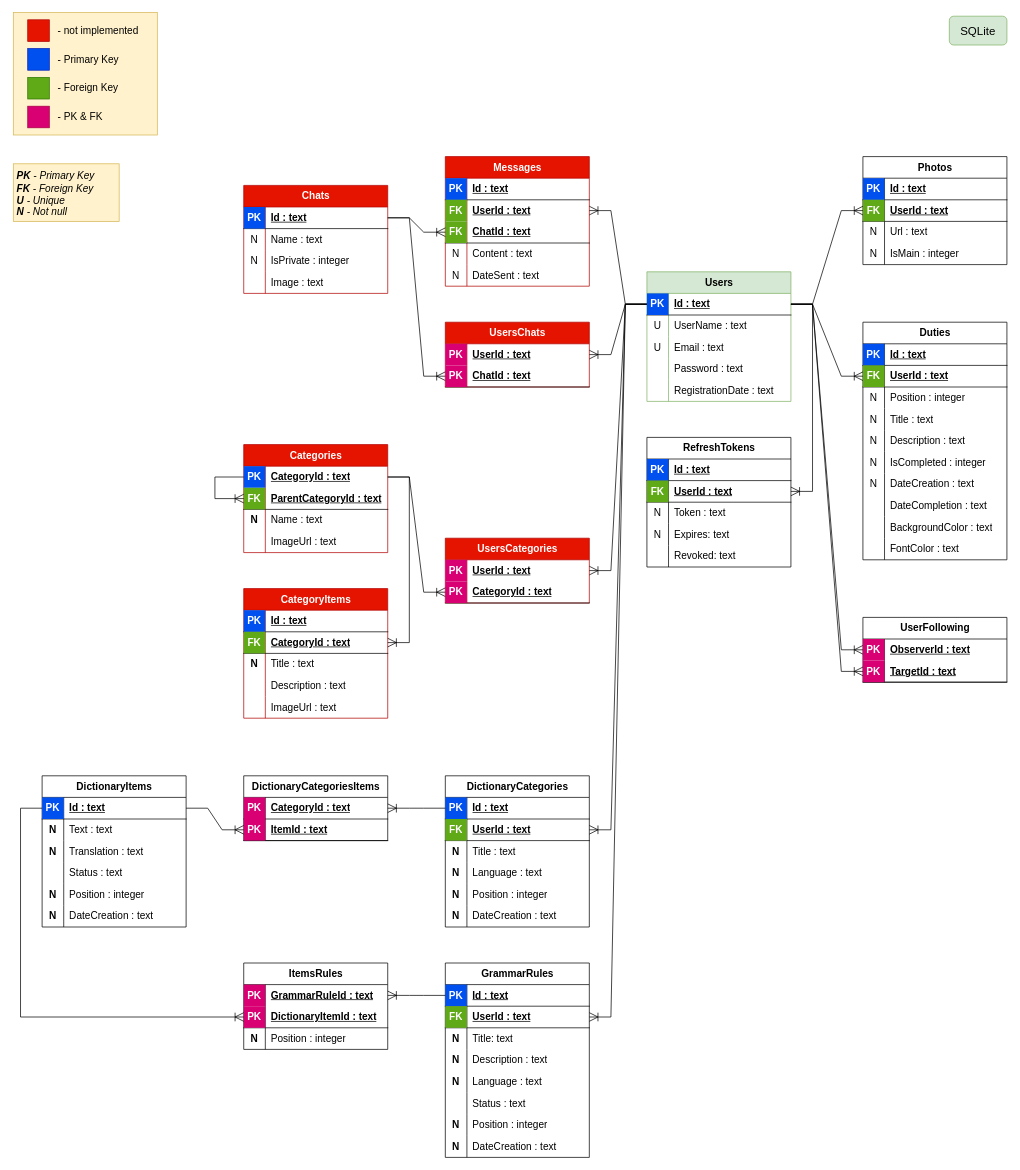
Earlier version of the draw.io diagram db-schema/db-scheme-sqlite.drawio (OleksandrTsvik/MyMultiProject). Source tidied: cells renumbered, new cells numbered last; positions are measured from the earlier drawing's top-left corner, leaving out a move shared by most shapes. Both pictures are drawn from the tidied source at 72%, with x=0, y=0 at pixel (13, 12).
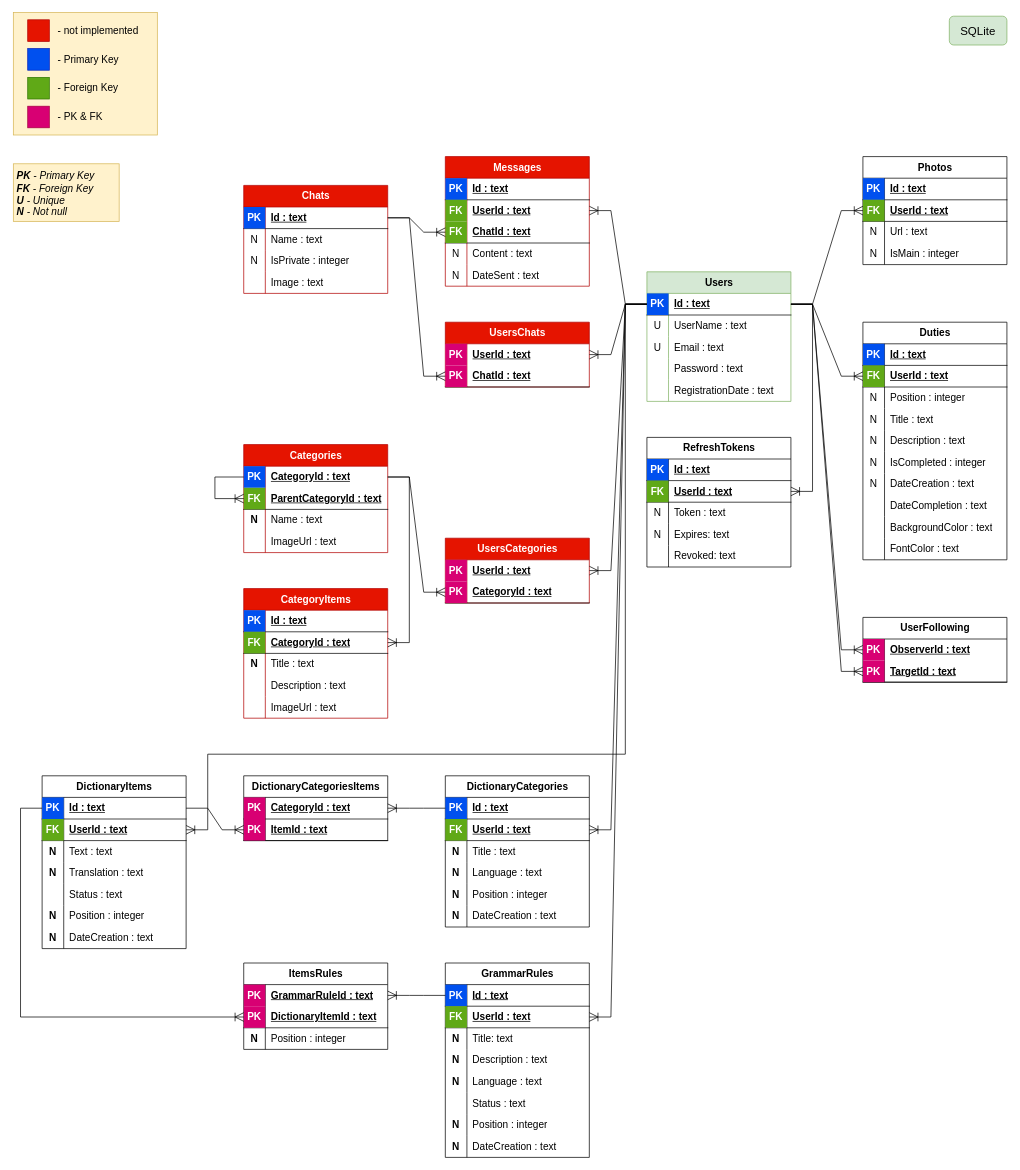
After the change.

The change refers to these unchanged cells:
```xml
<mxCell id="4" style="shape=tableRow;horizontal=0;startSize=0;swimlaneHead=0;swimlaneBody=0;fillColor=none;points=[[0,0.5],[1,0.5]];portConstraint=eastwest;top=0;left=0;right=0;bottom=1;fontSize=14;" parent="3" vertex="1">
  <mxGeometry y="30" width="200" height="30" as="geometry" />
</mxCell>
```

What changed in the source:
```diff
@@
     <mxCell id="194" value="DictionaryItems" style="shape=table;startSize=30;childLayout=tableLayout;rowLines=0;fontStyle=1;align=center;html=1;fontSize=14;" parent="1" vertex="1">
-      <mxGeometry x="40" y="1060" width="200" height="210" as="geometry" />
+      <mxGeometry x="40" y="1060" width="200" height="240" as="geometry" />
     </mxCell>
@@
+    <mxCell id="267" style="shape=tableRow;horizontal=0;startSize=0;swimlaneHead=0;swimlaneBody=0;fillColor=none;points=[[0,0.5],[1,0.5]];portConstraint=eastwest;top=0;left=0;right=0;bottom=1;fontSize=14;" parent="194" vertex="1">
+      <mxGeometry y="60" width="200" height="30" as="geometry" />
+    </mxCell>
+    <mxCell id="268" value="FK" style="shape=partialRectangle;fillColor=#60a917;top=0;left=0;bottom=0;right=0;fontStyle=1;overflow=hidden;whiteSpace=wrap;html=1;fontSize=14;fontColor=#ffffff;strokeColor=#2D7600;" parent="267" vertex="1">
+      <mxGeometry width="30" height="30" as="geometry" />
+    </mxCell>
+    <mxCell id="269" value="UserId : text" style="shape=partialRectangle;fillColor=none;top=0;left=0;bottom=0;right=0;align=left;spacingLeft=6;fontStyle=5;overflow=hidden;whiteSpace=wrap;html=1;fontSize=14;" parent="267" vertex="1">
+      <mxGeometry x="30" width="170" height="30" as="geometry" />
+    </mxCell>
     <mxCell id="198" style="shape=tableRow;horizontal=0;startSize=0;swimlaneHead=0;swimlaneBody=0;fillColor=none;top=0;left=0;right=0;bottom=0;fontSize=14;" parent="194" vertex="1">
-      <mxGeometry y="60" width="200" height="30" as="geometry" />
+      <mxGeometry y="90" width="200" height="30" as="geometry" />
     </mxCell>
@@
     <mxCell id="201" style="shape=tableRow;horizontal=0;startSize=0;swimlaneHead=0;swimlaneBody=0;fillColor=none;top=0;left=0;right=0;bottom=0;fontSize=14;" parent="194" vertex="1">
-      <mxGeometry y="90" width="200" height="30" as="geometry" />
+      <mxGeometry y="120" width="200" height="30" as="geometry" />
     </mxCell>
@@
     <mxCell id="204" style="shape=tableRow;horizontal=0;startSize=0;swimlaneHead=0;swimlaneBody=0;fillColor=none;top=0;left=0;right=0;bottom=0;fontSize=14;" parent="194" vertex="1">
-      <mxGeometry y="120" width="200" height="30" as="geometry" />
+      <mxGeometry y="150" width="200" height="30" as="geometry" />
     </mxCell>
@@
     <mxCell id="207" style="shape=tableRow;horizontal=0;startSize=0;swimlaneHead=0;swimlaneBody=0;fillColor=none;top=0;left=0;right=0;bottom=0;fontSize=14;" parent="194" vertex="1">
-      <mxGeometry y="150" width="200" height="30" as="geometry" />
+      <mxGeometry y="180" width="200" height="30" as="geometry" />
     </mxCell>
@@
     <mxCell id="210" style="shape=tableRow;horizontal=0;startSize=0;swimlaneHead=0;swimlaneBody=0;fillColor=none;top=0;left=0;right=0;bottom=0;fontSize=14;" parent="194" vertex="1">
-      <mxGeometry y="180" width="200" height="30" as="geometry" />
+      <mxGeometry y="210" width="200" height="30" as="geometry" />
     </mxCell>
@@
+    <mxCell id="270" style="edgeStyle=orthogonalEdgeStyle;fontSize=12;html=1;endArrow=ERoneToMany;rounded=0;endSize=10;startSize=10;entryX=1;entryY=0.5;entryDx=0;entryDy=0;exitX=0;exitY=0.5;exitDx=0;exitDy=0;" parent="1" edge="1" source="4" target="267">
+      <mxGeometry relative="1" as="geometry">
+        <Array as="points">
+          <mxPoint x="850" y="405" />
+          <mxPoint x="850" y="1030" />
+          <mxPoint x="270" y="1030" />
+          <mxPoint x="270" y="1135" />
+        </Array>
+      </mxGeometry>
+    </mxCell>
```
